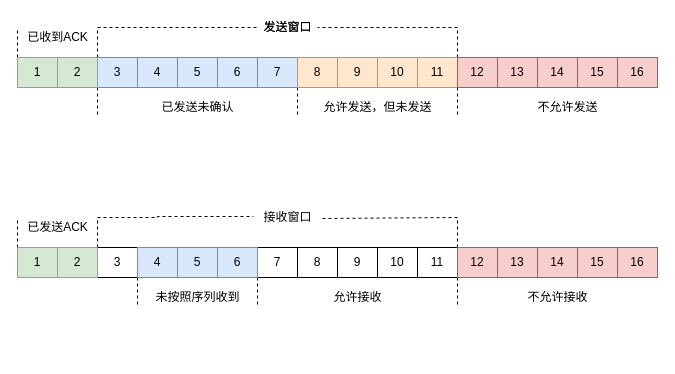
Above: Network/滑动窗口.drawio in oliverschen/draw.io (draw.io), before the change. Source tidied: cells renumbered, new cells numbered last; positions are measured from the earlier drawing's top-left corner, leaving out a move shared by most shapes. Both pictures are drawn from the tidied source at 100%, with x=0, y=0 at pixel (17, 17).
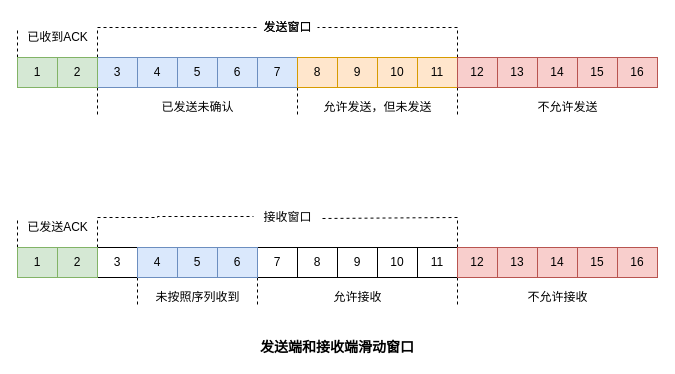
Above is the later version.

Commit message (it also covers changes not shown here):
更新滑动窗口.drawio

Diff of the diagram source:
```diff
@@
+    <mxCell id="57" value="&lt;b&gt;&lt;font style=&quot;font-size: 14px&quot;&gt;发送端和接收端滑动窗口&lt;/font&gt;&lt;/b&gt;" style="text;html=1;strokeColor=none;fillColor=none;align=center;verticalAlign=middle;whiteSpace=wrap;rounded=0;" parent="1" vertex="1">
+      <mxGeometry x="230" y="320" width="180" height="20" as="geometry" />
+    </mxCell>
```
